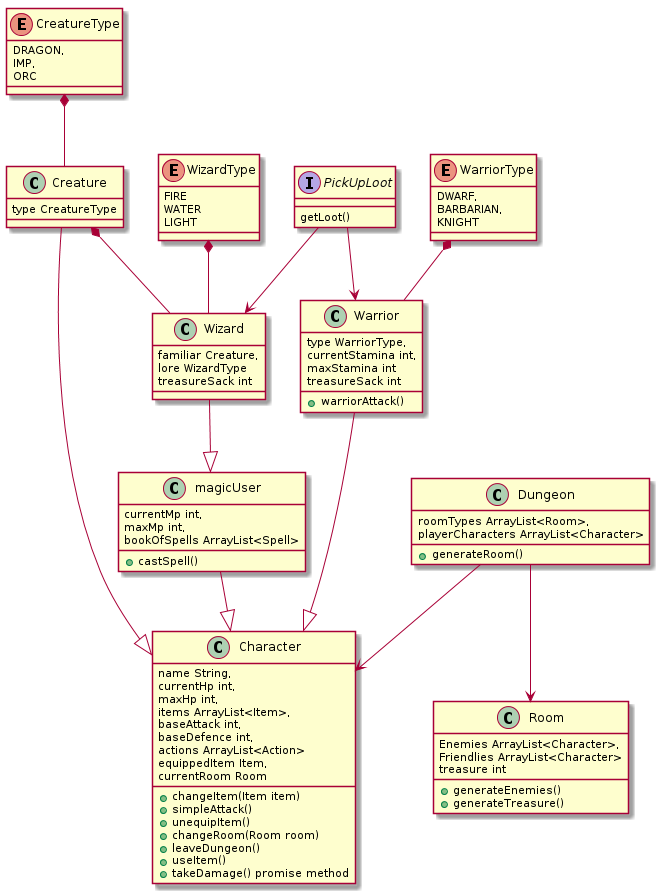
Above: FantasyDiagram.png in ThomasMcP/Fantasy-Game (PlantUML), before the change. The source it was exported from:
```plantuml
@startuml
class Character{
  name String,
  currentHp int,
  maxHp int,
  items ArrayList<Item>,
  baseAttack int,
  baseDefence int,
  actions ArrayList<Action>
  equippedItem Item,
  currentRoom Room

  +changeItem(Item item)
  +simpleAttack()
  +unequipItem()
  +changeRoom(Room room)
  +leaveDungeon()
  +useItem()
  +takeDamage() promise method
}

Enum CreatureType {
	DRAGON,
    IMP,
    ORC
}

CreatureType *-- Creature

class Creature{
	type CreatureType
}

Creature --|> Character
Creature *-- Wizard

class magicUser{
	currentMp int,
    maxMp int,
    bookOfSpells ArrayList<Spell>

    +castSpell()

}

magicUser --|> Character

Interface PickUpLoot{
	getLoot()
}

Wizard --|> magicUser
PickUpLoot --> Wizard
PickUpLoot --> Warrior

class Wizard{
	familiar Creature,
    lore WizardType
    treasureSack int
}

Enum WizardType {
	FIRE
    WATER
    LIGHT
}

WizardType *-- Wizard

class Warrior {
	type WarriorType,
    currentStamina int,
    maxStamina int
    treasureSack int

    +warriorAttack()

}

Warrior --|> Character

Enum WarriorType {
	DWARF,
    BARBARIAN,
    KNIGHT
}

WarriorType *-- Warrior

class Room {
	Enemies ArrayList<Character>,
    Friendlies ArrayList<Character>
    treasure int

    +generateEnemies()
    +generateTreasure()
}

class Dungeon {
	roomTypes ArrayList<Room>,
    playerCharacters ArrayList<Character>

    +generateRoom()
}

Dungeon --> Room
Dungeon --> Character
@enduml
```
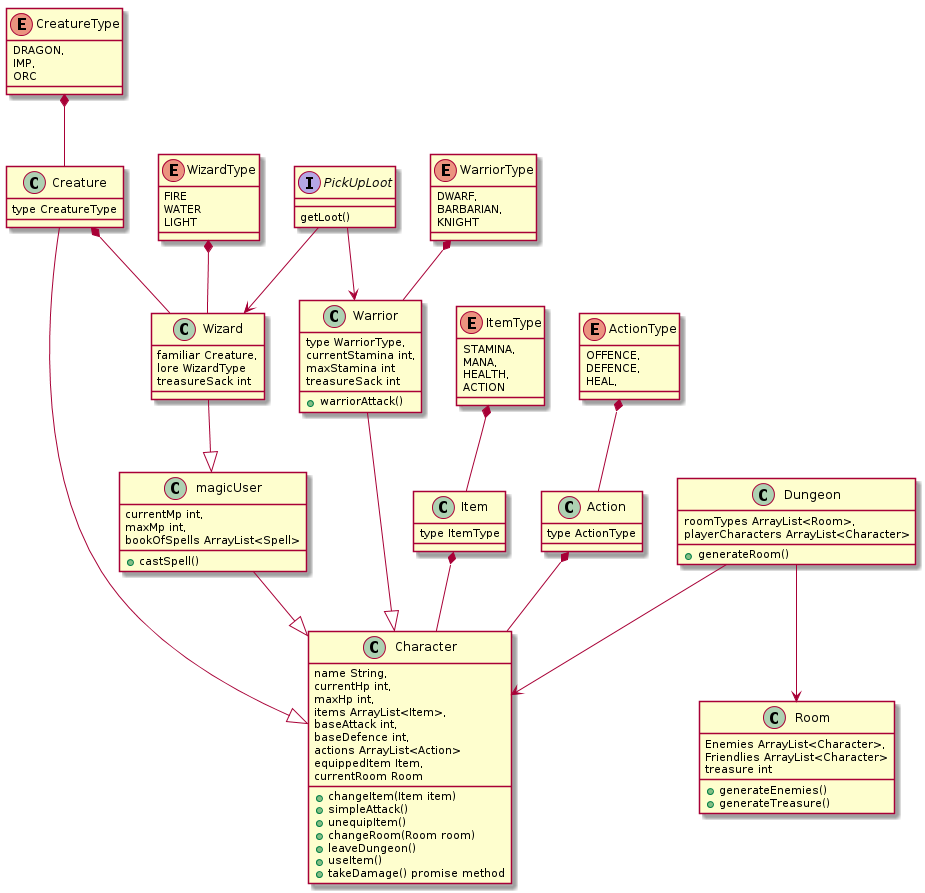
The same file after the commit.

Commit message:
end of lab time. Limited testing completed. Plantuml details copied across

Diff of the diagram source:
```diff
@@ -18,57 +18,45 @@
   +useItem()
   +takeDamage() promise method
 }
-
 Enum CreatureType {
-	DRAGON,
+    DRAGON,
     IMP,
     ORC
 }
-
 CreatureType *-- Creature
-
 class Creature{
-	type CreatureType
+    type CreatureType
 }
-
 Creature --|> Character
 Creature *-- Wizard
-
 class magicUser{
-	currentMp int,
+    currentMp int,
     maxMp int,
     bookOfSpells ArrayList<Spell>
 
     +castSpell()
 
 }
-
 magicUser --|> Character
-
 Interface PickUpLoot{
-	getLoot()
+    getLoot()
 }
-
 Wizard --|> magicUser
 PickUpLoot --> Wizard
 PickUpLoot --> Warrior
-
 class Wizard{
-	familiar Creature,
+    familiar Creature,
     lore WizardType
     treasureSack int
 }
-
 Enum WizardType {
-	FIRE
+    FIRE
     WATER
     LIGHT
 }
-
 WizardType *-- Wizard
-
 class Warrior {
-	type WarriorType,
+    type WarriorType,
     currentStamina int,
     maxStamina int
     treasureSack int
@@ -76,33 +64,48 @@
     +warriorAttack()
 
 }
-
 Warrior --|> Character
-
 Enum WarriorType {
-	DWARF,
+    DWARF,
     BARBARIAN,
     KNIGHT
 }
-
 WarriorType *-- Warrior
-
 class Room {
-	Enemies ArrayList<Character>,
+    Enemies ArrayList<Character>,
     Friendlies ArrayList<Character>
     treasure int
 
     +generateEnemies()
     +generateTreasure()
 }
-
 class Dungeon {
-	roomTypes ArrayList<Room>,
+    roomTypes ArrayList<Room>,
     playerCharacters ArrayList<Character>
 
     +generateRoom()
 }
-
 Dungeon --> Room
 Dungeon --> Character
+class Item {
+    type ItemType
+}
+Enum ItemType {
+    STAMINA,
+    MANA,
+    HEALTH,
+    ACTION
+}
+ItemType *-- Item
+Item *-- Character
+class Action {
+    type ActionType
+}
+Enum ActionType {
+    OFFENCE,
+    DEFENCE,
+    HEAL,
+}
+ActionType *-- Action
+Action *-- Character
 @enduml
```
